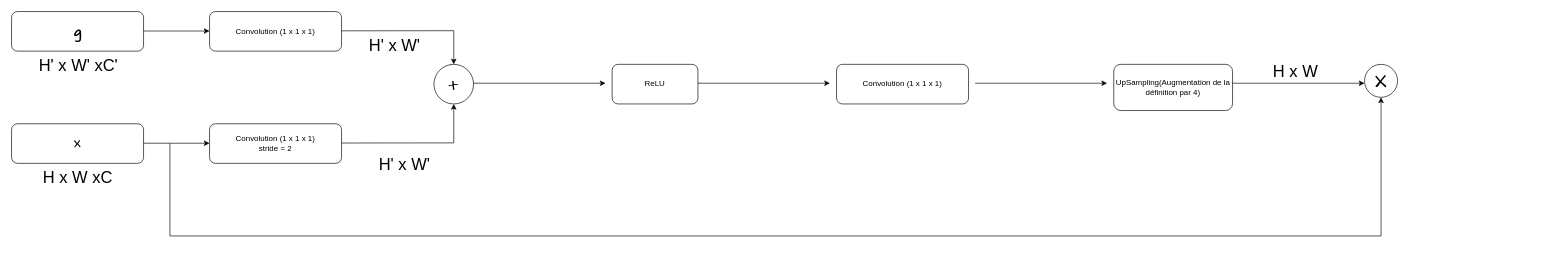
The draw.io diagram Untitled Diagram.drawio in Zi9597/test, before the edit. Source tidied: cells renumbered, new cells numbered last; positions are measured from the earlier drawing's top-left corner, leaving out a move shared by most shapes. Both pictures are drawn from the tidied source at 66%, with x=0, y=0 at pixel (11, 11).
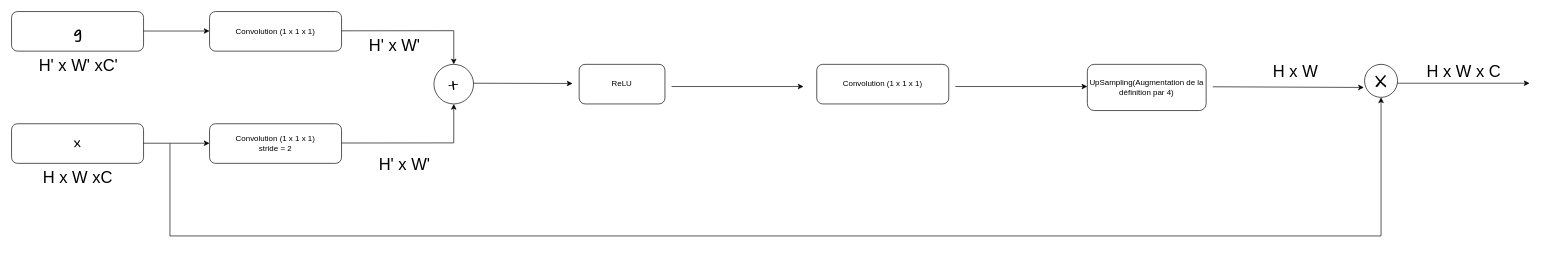
Above is the later version.

The change refers to these unchanged cells:
```xml
<mxCell id="23" value="X" style="ellipse;whiteSpace=wrap;html=1;fontFamily=Comic Sans MS;fontSize=30;" parent="1" vertex="1">
  <mxGeometry x="2050" y="80" width="50" height="50" as="geometry" />
</mxCell>
```

Change to the diagram source:
```diff
@@
     <mxCell id="15" style="endArrow=classic;html=1;rounded=0;fontFamily=Comic Sans MS;fontSize=30;" parent="1" edge="1">
       <mxGeometry relative="1" as="geometry">
         <mxPoint x="700" y="108.6" as="sourcePoint" />
-        <mxPoint x="900" y="108.6" as="targetPoint" />
+        <mxPoint x="850" y="109" as="targetPoint" />
       </mxGeometry>
     </mxCell>
     <mxCell id="16" value="ReLU" style="rounded=1;whiteSpace=wrap;html=1;" parent="1" vertex="1">
-      <mxGeometry x="910" y="80" width="130" height="60" as="geometry" />
+      <mxGeometry x="860" y="80" width="130" height="60" as="geometry" />
     </mxCell>
     <mxCell id="17" style="endArrow=classic;html=1;rounded=0;fontFamily=Comic Sans MS;fontSize=30;" parent="1" edge="1">
       <mxGeometry relative="1" as="geometry">
-        <mxPoint x="1040" y="108.6" as="sourcePoint" />
-        <mxPoint x="1240" y="108.6" as="targetPoint" />
+        <mxPoint x="1000" y="113.6" as="sourcePoint" />
+        <mxPoint x="1200" y="113.6" as="targetPoint" />
       </mxGeometry>
     </mxCell>
     <mxCell id="18" value="Convolution (1 x 1 x 1)" style="rounded=1;whiteSpace=wrap;html=1;" parent="1" vertex="1">
-      <mxGeometry x="1250" y="80" width="200" height="60" as="geometry" />
+      <mxGeometry x="1220" y="80" width="200" height="60" as="geometry" />
     </mxCell>
     <mxCell id="19" style="endArrow=classic;html=1;rounded=0;fontFamily=Comic Sans MS;fontSize=30;" parent="1" edge="1">
       <mxGeometry relative="1" as="geometry">
-        <mxPoint x="1460" y="108.6" as="sourcePoint" />
-        <mxPoint x="1660" y="108.6" as="targetPoint" />
+        <mxPoint x="1430" y="113.6" as="sourcePoint" />
+        <mxPoint x="1630" y="113.6" as="targetPoint" />
       </mxGeometry>
     </mxCell>
     <mxCell id="20" value="UpSampling(Augmentation de la définition par 4)" style="rounded=1;whiteSpace=wrap;html=1;" parent="1" vertex="1">
-      <mxGeometry x="1670" y="80" width="180" height="70" as="geometry" />
+      <mxGeometry x="1630" y="80" width="180" height="70" as="geometry" />
     </mxCell>
-    <mxCell id="21" style="endArrow=classic;html=1;rounded=0;fontFamily=Comic Sans MS;fontSize=30;" parent="1" edge="1">
+    <mxCell id="21" style="endArrow=classic;html=1;rounded=0;fontFamily=Comic Sans MS;fontSize=30;entryX=-0.02;entryY=0.7;entryDx=0;entryDy=0;entryPerimeter=0;" parent="1" edge="1" target="23">
       <mxGeometry relative="1" as="geometry">
-        <mxPoint x="1850" y="108.6" as="sourcePoint" />
-        <mxPoint x="2050" y="108.6" as="targetPoint" />
+        <mxPoint x="1820" y="114" as="sourcePoint" />
       </mxGeometry>
     </mxCell>
@@
+    <mxCell id="25" style="endArrow=classic;html=1;rounded=0;fontFamily=Comic Sans MS;fontSize=30;" parent="1" edge="1">
+      <mxGeometry relative="1" as="geometry">
+        <mxPoint x="2100" y="108.6" as="sourcePoint" />
+        <mxPoint x="2300" y="108.6" as="targetPoint" />
+      </mxGeometry>
+    </mxCell>
+    <mxCell id="26" value="&lt;font style=&quot;font-size: 25px&quot;&gt;H x W x C&lt;br&gt;&lt;/font&gt;" style="text;html=1;align=center;verticalAlign=middle;strokeColor=none;fillColor=none;" parent="1" vertex="1">
+      <mxGeometry x="2135" y="80" width="130" height="20" as="geometry" />
+    </mxCell>
```
